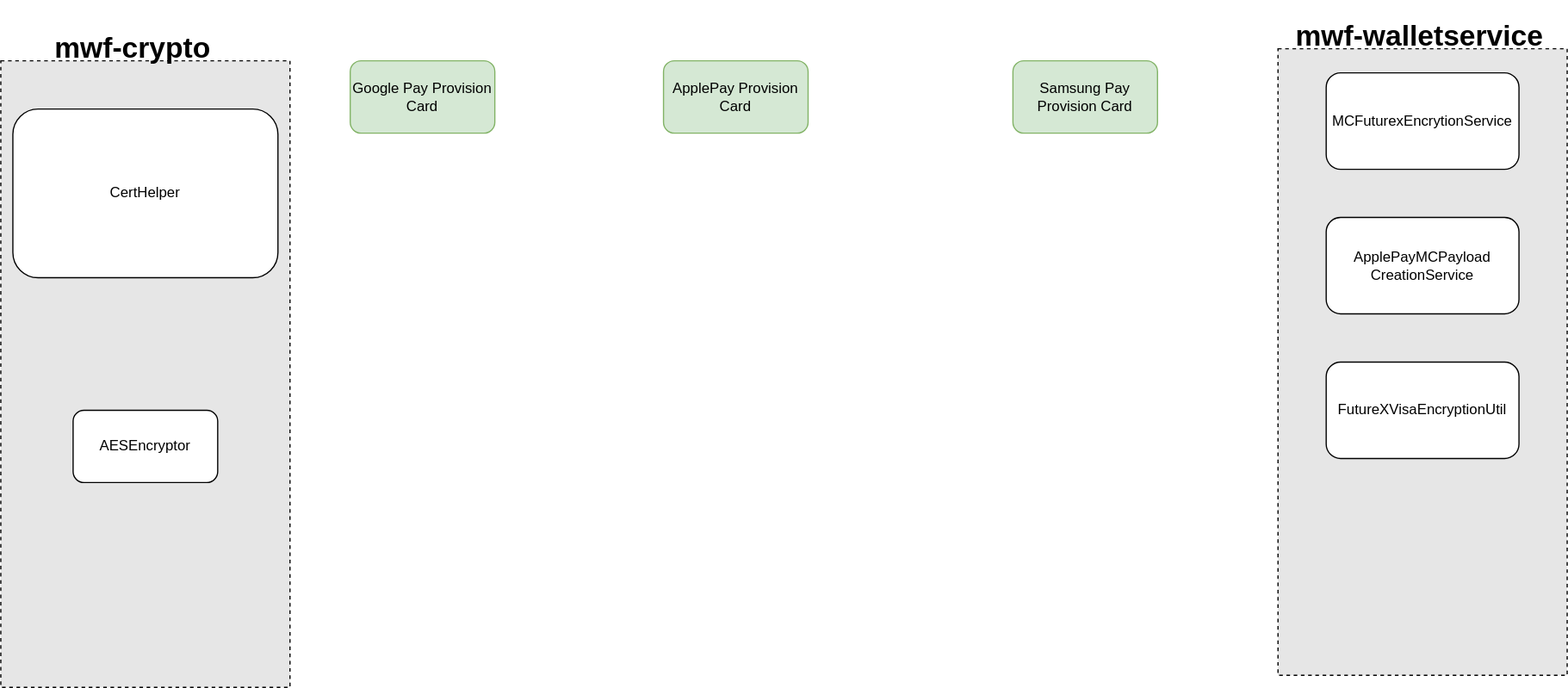
Above: Work Samples/WF/Bouncy_Castle_Dependencies_Removal.drawio.svg in uchiharizvi/design-diagrams (draw.io), before the change. Source tidied: cells renumbered, new cells last; positions are measured from the earlier drawing's top-left corner, leaving out a move shared by most shapes.
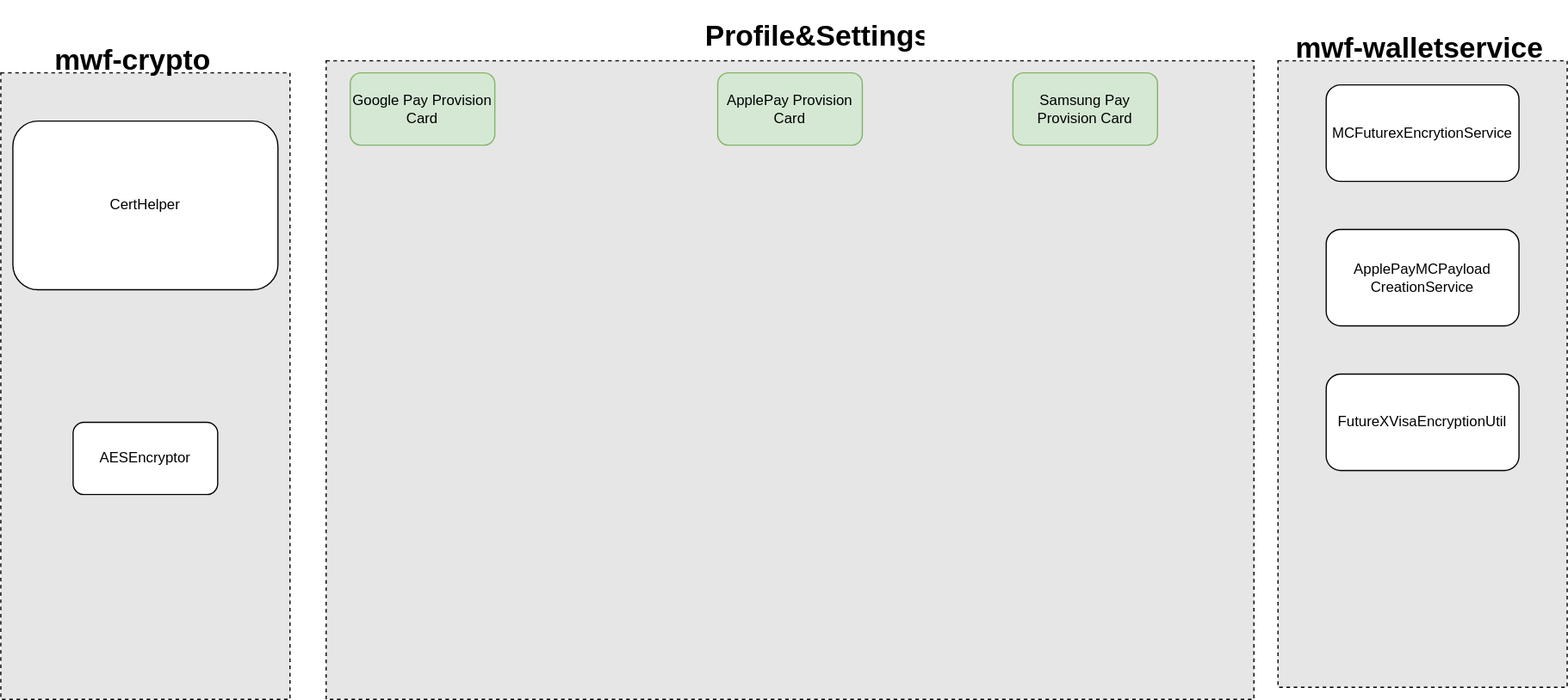
Later version of the same file.

What changed in the source:
```diff
@@ -2,8 +2,11 @@
   <root>
     <mxCell id="0" />
     <mxCell id="1" parent="0" />
+    <mxCell id="14" style="rounded=0;whiteSpace=wrap;html=1;dashed=1;fillColor=#E6E6E6;" parent="1" vertex="1">
+      <mxGeometry x="270" y="30" width="770" height="530" as="geometry" />
+    </mxCell>
     <mxCell id="2" value="ApplePay Provision Card" style="rounded=1;whiteSpace=wrap;html=1;fillColor=#d5e8d4;strokeColor=#82b366;" parent="1" vertex="1">
-      <mxGeometry x="550" y="40" width="120" height="60" as="geometry" />
+      <mxGeometry x="595" y="40" width="120" height="60" as="geometry" />
     </mxCell>
     <mxCell id="3" value="Google Pay Provision Card" style="rounded=1;whiteSpace=wrap;html=1;fillColor=#d5e8d4;strokeColor=#82b366;" parent="1" vertex="1">
       <mxGeometry x="290" y="40" width="120" height="60" as="geometry" />
@@ -38,5 +41,8 @@
     <mxCell id="13" value="FutureXVisaEncryptionUtil" style="rounded=1;whiteSpace=wrap;html=1;" parent="1" vertex="1">
       <mxGeometry x="1100" y="290" width="160" height="80" as="geometry" />
     </mxCell>
+    <mxCell id="15" value="&lt;h1&gt;Profile&amp;amp;Settings&lt;/h1&gt;" style="text;html=1;spacing=5;spacingTop=-20;whiteSpace=wrap;overflow=hidden;rounded=0;" parent="1" vertex="1">
+      <mxGeometry x="580" y="-10" width="190" height="120" as="geometry" />
+    </mxCell>
   </root>
 </mxGraphModel>
```
